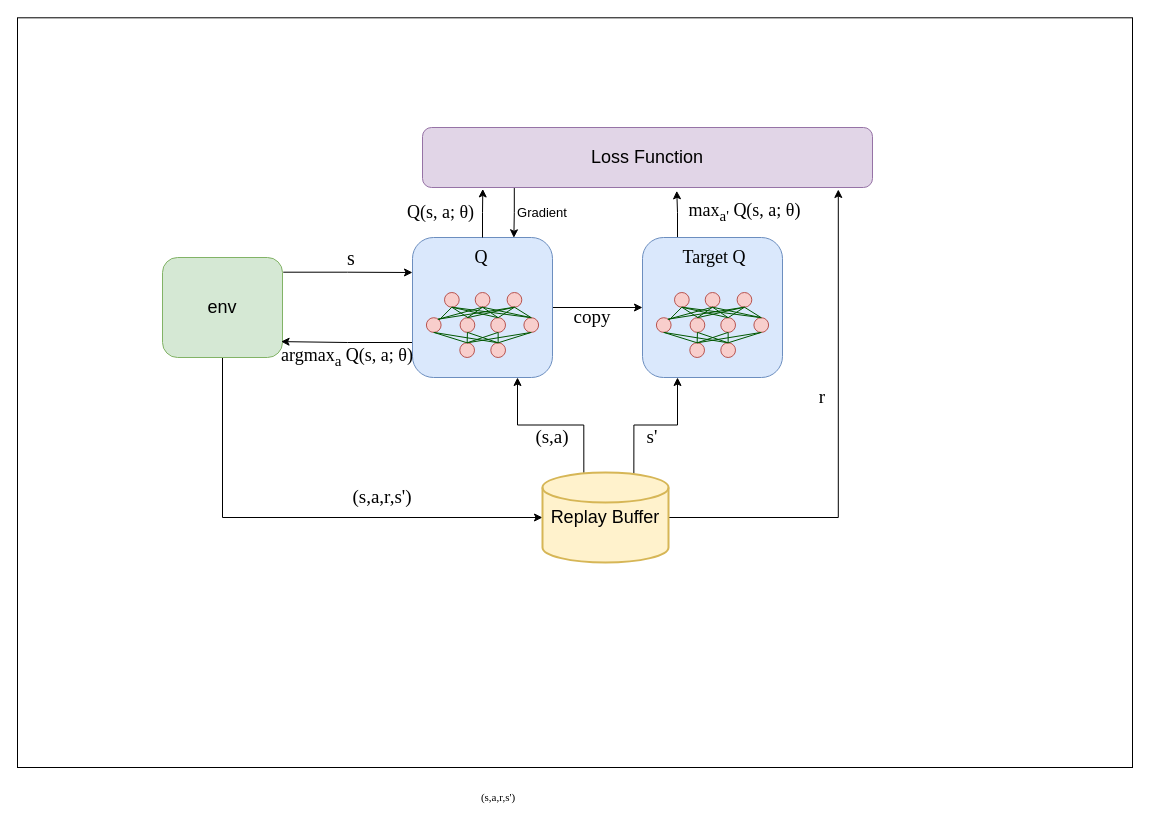
Before: ddqn.drawio in lishuai-0/picture_source_file_draw_io, a draw.io diagram. Source tidied: cells renumbered, new cells numbered last; positions are measured from the earlier drawing's top-left corner, leaving out a move shared by most shapes. Both pictures are drawn from the tidied source at 100%, with x=0, y=0 at pixel (17, 17).
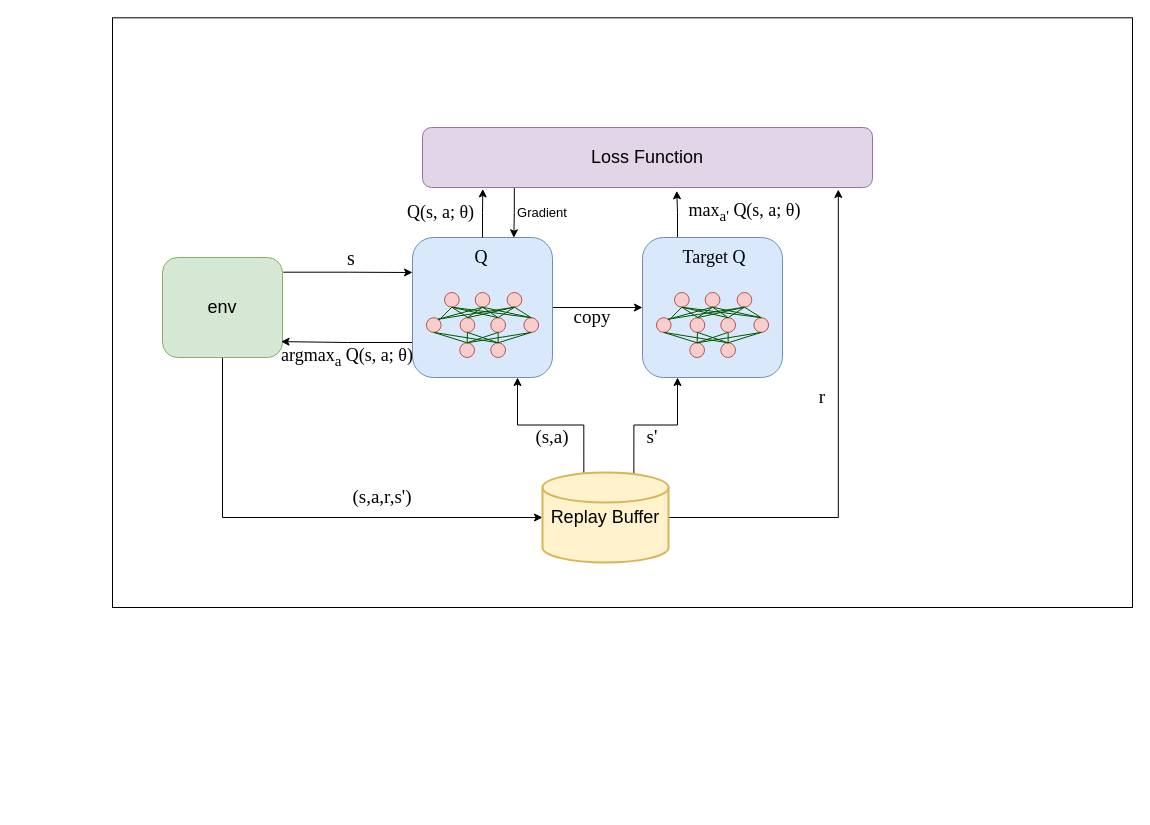
After the change.

Diff of the diagram source:
```diff
@@
     <mxCell id="2" style="rounded=0;whiteSpace=wrap;html=1;" parent="1" vertex="1">
-      <mxGeometry y="0.3" width="1115" height="749.7" as="geometry" />
+      <mxGeometry x="95" y="0.3" width="1020" height="589.7" as="geometry" />
     </mxCell>
@@
-    <mxCell id="88" value="&lt;font style=&quot;font-size: 11px;&quot; face=&quot;Times New Roman&quot;&gt;(s,a,r,s')&lt;/font&gt;" style="text;html=1;strokeColor=none;fillColor=none;align=center;verticalAlign=middle;whiteSpace=wrap;rounded=0;" parent="1" vertex="1">
-      <mxGeometry x="440.6" y="770" width="80" height="20" as="geometry" />
-    </mxCell>
```
